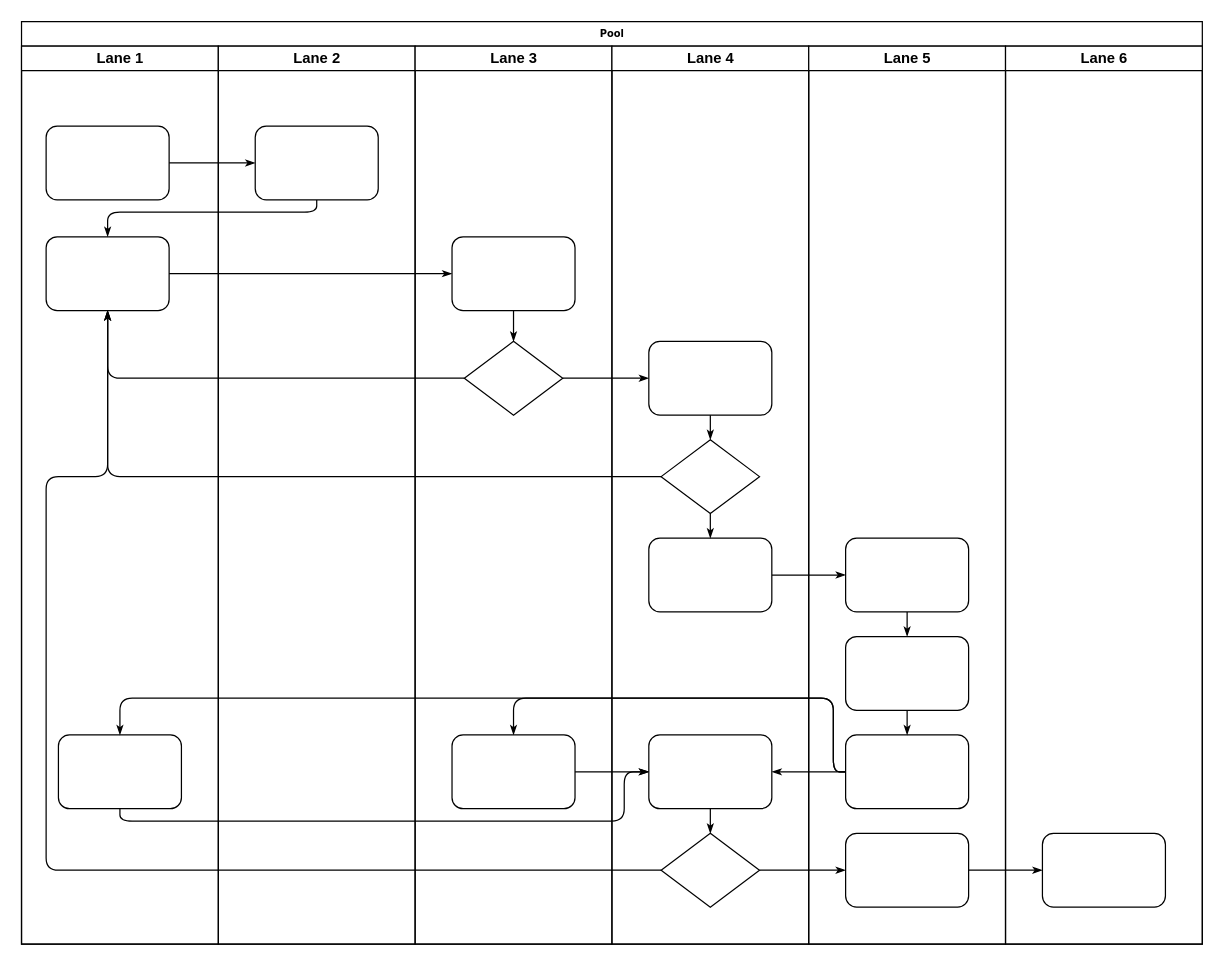
Earlier version of the draw.io diagram Untitled Diagram.drawio (Angier/drawIo). Source tidied: cells renumbered, new cells numbered last; positions are measured from the earlier drawing's top-left corner, leaving out a move shared by most shapes. Both pictures are drawn from the tidied source at 123%, with x=0, y=0 at pixel (21, 21).
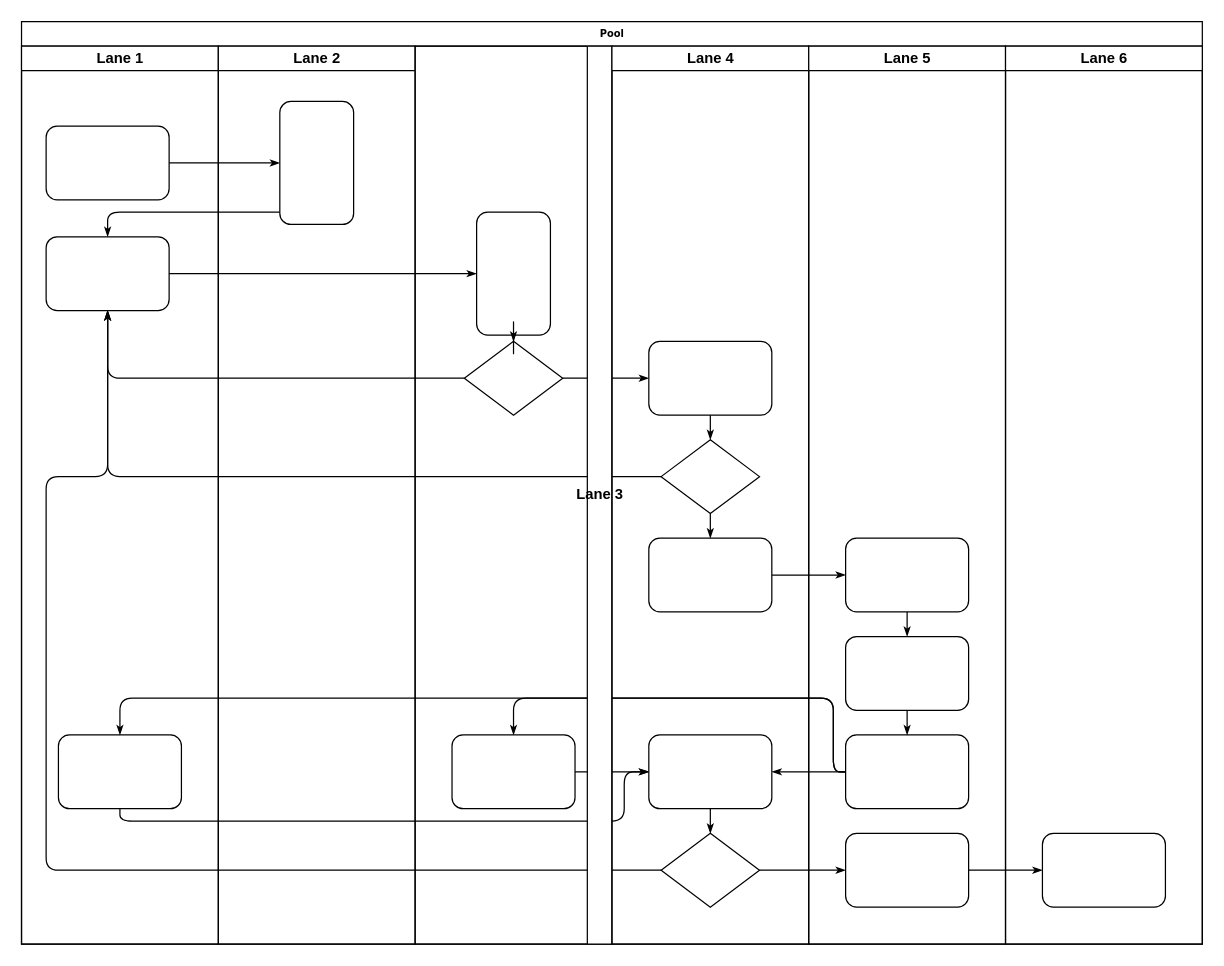
Above is the later version.

The change refers to these unchanged cells:
```xml
<mxCell id="2" value="Pool" style="swimlane;html=1;startSize=20;rounded=0;shadow=0;labelBackgroundColor=none;strokeWidth=1;fontFamily=Verdana;fontSize=8;align=center;" parent="1" vertex="1">
  <mxGeometry width="960" height="750" as="geometry" />
</mxCell>
<mxCell id="22" value="Lane 2" style="swimlane;html=1;startSize=20;" parent="2" vertex="1">
  <mxGeometry x="160" y="20" width="160" height="730" as="geometry" />
</mxCell>
```

The edit, as a diff of the source:
```diff
@@
-    <mxCell id="23" style="rounded=1;whiteSpace=wrap;html=1;shadow=0;labelBackgroundColor=none;strokeWidth=1;fontFamily=Verdana;fontSize=8;align=center;" parent="22" vertex="1">
-      <mxGeometry x="30" y="65" width="100" height="60" as="geometry" />
+    <mxCell id="23" style="rounded=1;whiteSpace=wrap;html=1;shadow=0;labelBackgroundColor=none;strokeWidth=1;fontFamily=Verdana;fontSize=8;align=center;direction=south;" parent="22" vertex="1">
+      <mxGeometry x="50" y="45" width="60" height="100" as="geometry" />
     </mxCell>
-    <mxCell id="24" value="Lane 3" style="swimlane;html=1;startSize=20;" parent="2" vertex="1">
+    <mxCell id="24" value="Lane 3" style="swimlane;html=1;startSize=20;direction=south;" parent="2" vertex="1">
       <mxGeometry x="320" y="20" width="160" height="730" as="geometry" />
     </mxCell>
-    <mxCell id="25" style="rounded=1;whiteSpace=wrap;html=1;shadow=0;labelBackgroundColor=none;strokeWidth=1;fontFamily=Verdana;fontSize=8;align=center;" parent="24" vertex="1">
-      <mxGeometry x="30" y="155" width="100" height="60" as="geometry" />
+    <mxCell id="25" style="rounded=1;whiteSpace=wrap;html=1;shadow=0;labelBackgroundColor=none;strokeWidth=1;fontFamily=Verdana;fontSize=8;align=center;direction=south;" parent="24" vertex="1">
+      <mxGeometry x="50" y="135" width="60" height="100" as="geometry" />
     </mxCell>
```
